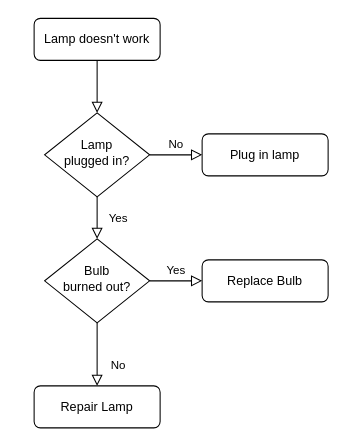
Earlier version of the draw.io diagram Tugas1 Putra Ramadhan (23241091)PTI 1C.drawio (Xnowly/Algo_C_23241091). Source tidied: cells renumbered, new cells numbered last; positions are measured from the earlier drawing's top-left corner, leaving out a move shared by most shapes. Both pictures are drawn from the tidied source at 105%, with x=0, y=0 at pixel (34, 18).
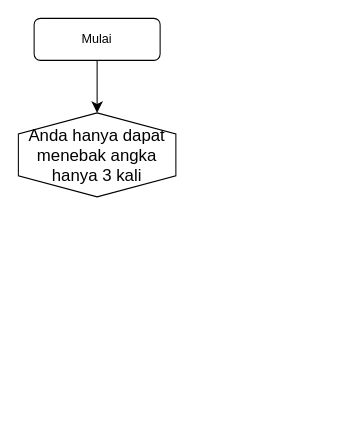
After the change.

What changed in the source:
```diff
@@
 <mxGraphModel>
   <root>
     <mxCell id="0" />
     <mxCell id="1" parent="0" />
-    <mxCell id="2" style="rounded=0;html=1;jettySize=auto;fontSize=11;endArrow=block;endFill=0;endSize=8;strokeWidth=1;shadow=0;labelBackgroundColor=none;edgeStyle=orthogonalEdgeStyle;" parent="1" edge="1" source="3" target="6">
-      <mxGeometry relative="1" as="geometry" />
-    </mxCell>
-    <mxCell id="3" value="Lamp doesn't work" style="rounded=1;whiteSpace=wrap;html=1;fontSize=12;glass=0;strokeWidth=1;shadow=0;" parent="1" vertex="1">
+    <mxCell id="3" value="Mulai" style="rounded=1;whiteSpace=wrap;html=1;fontSize=12;glass=0;strokeWidth=1;shadow=0;" parent="1" vertex="1">
       <mxGeometry width="120" height="40" as="geometry" />
     </mxCell>
-    <mxCell id="4" value="Yes" style="rounded=0;html=1;jettySize=auto;fontSize=11;endArrow=block;endFill=0;endSize=8;strokeWidth=1;shadow=0;labelBackgroundColor=none;edgeStyle=orthogonalEdgeStyle;" parent="1" edge="1" source="6" target="10">
-      <mxGeometry y="20" relative="1" as="geometry" />
-    </mxCell>
-    <mxCell id="5" value="No" style="edgeStyle=orthogonalEdgeStyle;rounded=0;html=1;jettySize=auto;fontSize=11;endArrow=block;endFill=0;endSize=8;strokeWidth=1;shadow=0;labelBackgroundColor=none;" parent="1" edge="1" source="6" target="7">
-      <mxGeometry y="10" relative="1" as="geometry" />
-    </mxCell>
-    <mxCell id="6" value="Lamp&lt;br&gt;plugged in?" style="rhombus;whiteSpace=wrap;html=1;shadow=0;fontFamily=Helvetica;fontSize=12;align=center;strokeWidth=1;spacing=6;spacingTop=-4;" parent="1" vertex="1">
-      <mxGeometry x="10" y="90" width="100" height="80" as="geometry" />
-    </mxCell>
-    <mxCell id="7" value="Plug in lamp" style="rounded=1;whiteSpace=wrap;html=1;fontSize=12;glass=0;strokeWidth=1;shadow=0;" parent="1" vertex="1">
-      <mxGeometry x="160" y="110" width="120" height="40" as="geometry" />
-    </mxCell>
-    <mxCell id="8" value="No" style="rounded=0;html=1;jettySize=auto;fontSize=11;endArrow=block;endFill=0;endSize=8;strokeWidth=1;shadow=0;labelBackgroundColor=none;edgeStyle=orthogonalEdgeStyle;" parent="1" edge="1" source="10" target="11">
-      <mxGeometry x="0.33" y="20" relative="1" as="geometry" />
-    </mxCell>
-    <mxCell id="9" value="Yes" style="edgeStyle=orthogonalEdgeStyle;rounded=0;html=1;jettySize=auto;fontSize=11;endArrow=block;endFill=0;endSize=8;strokeWidth=1;shadow=0;labelBackgroundColor=none;" parent="1" edge="1" source="10" target="12">
-      <mxGeometry y="10" relative="1" as="geometry" />
-    </mxCell>
-    <mxCell id="10" value="Bulb&lt;br&gt;burned out?" style="rhombus;whiteSpace=wrap;html=1;shadow=0;fontFamily=Helvetica;fontSize=12;align=center;strokeWidth=1;spacing=6;spacingTop=-4;" parent="1" vertex="1">
-      <mxGeometry x="10" y="210" width="100" height="80" as="geometry" />
-    </mxCell>
-    <mxCell id="11" value="Repair Lamp" style="rounded=1;whiteSpace=wrap;html=1;fontSize=12;glass=0;strokeWidth=1;shadow=0;" parent="1" vertex="1">
-      <mxGeometry y="350" width="120" height="40" as="geometry" />
-    </mxCell>
-    <mxCell id="12" value="Replace Bulb" style="rounded=1;whiteSpace=wrap;html=1;fontSize=12;glass=0;strokeWidth=1;shadow=0;" parent="1" vertex="1">
-      <mxGeometry x="160" y="230" width="120" height="40" as="geometry" />
-    </mxCell>
+    <mxCell id="13" style="edgeStyle=none;jettySize=auto;html=1;rounded=0;fontSize=12;startSize=8;endSize=8;curved=1;exitX=0.5;exitY=1;exitDx=0;exitDy=0;entryX=0;entryY=0.5;entryDx=0;entryDy=0;" parent="1" edge="1" source="3" target="15">
+      <mxGeometry relative="1" as="geometry" />
+    </mxCell>
+    <mxCell id="14" style="edgeStyle=none;curved=1;rounded=0;orthogonalLoop=1;jettySize=auto;html=1;exitX=1;exitY=0;exitDx=0;exitDy=0;fontSize=12;startSize=8;endSize=8;" parent="1" edge="1">
+      <mxGeometry relative="1" as="geometry">
+        <mxPoint x="85" y="230" as="sourcePoint" />
+        <mxPoint x="85" y="230" as="targetPoint" />
+      </mxGeometry>
+    </mxCell>
+    <mxCell id="15" value="Anda hanya dapat menebak angka hanya 3 kali" style="shape=hexagon;perimeter=hexagonPerimeter2;whiteSpace=wrap;html=1;fixedSize=1;fontSize=16;direction=south;" parent="1" vertex="1">
+      <mxGeometry x="-15" y="90" width="150" height="80" as="geometry" />
+    </mxCell>
   </root>
 </mxGraphModel>
```
